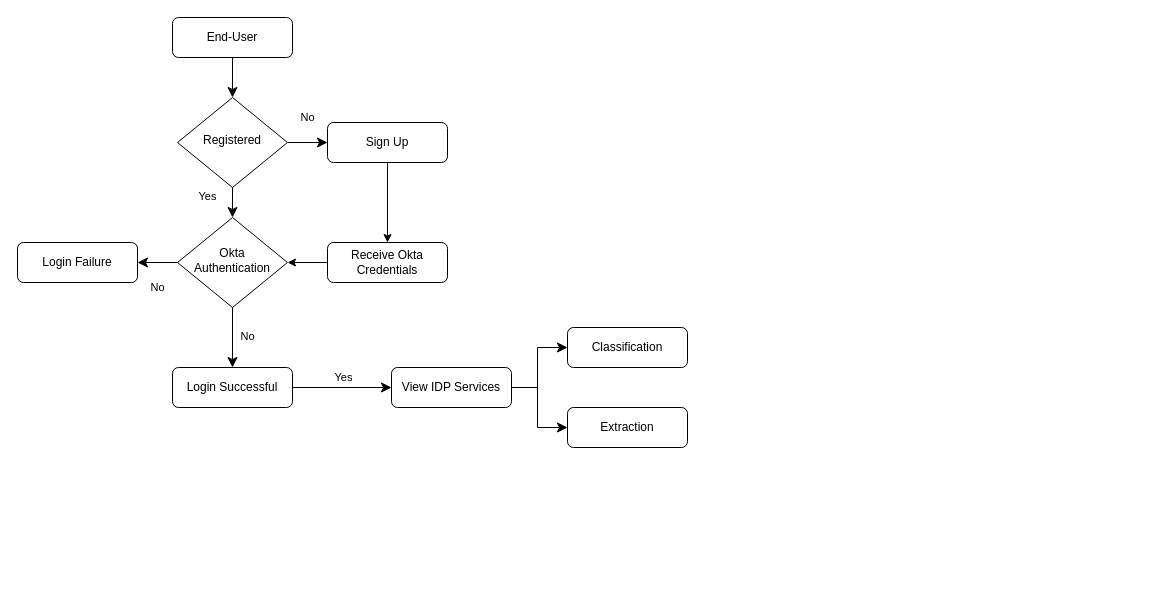
sidthedesigner/Draw.io keeps this draw.io diagram as Untitled Diagram.drawio. Above is the earlier version. Source tidied: cells renumbered, new cells numbered last; positions are measured from the earlier drawing's top-left corner, leaving out a move shared by most shapes. Both pictures are drawn from the tidied source at 100%, with x=0, y=0 at pixel (17, 17). Pictures stored in the file or linked from it are replaced by grey dashed boxes.
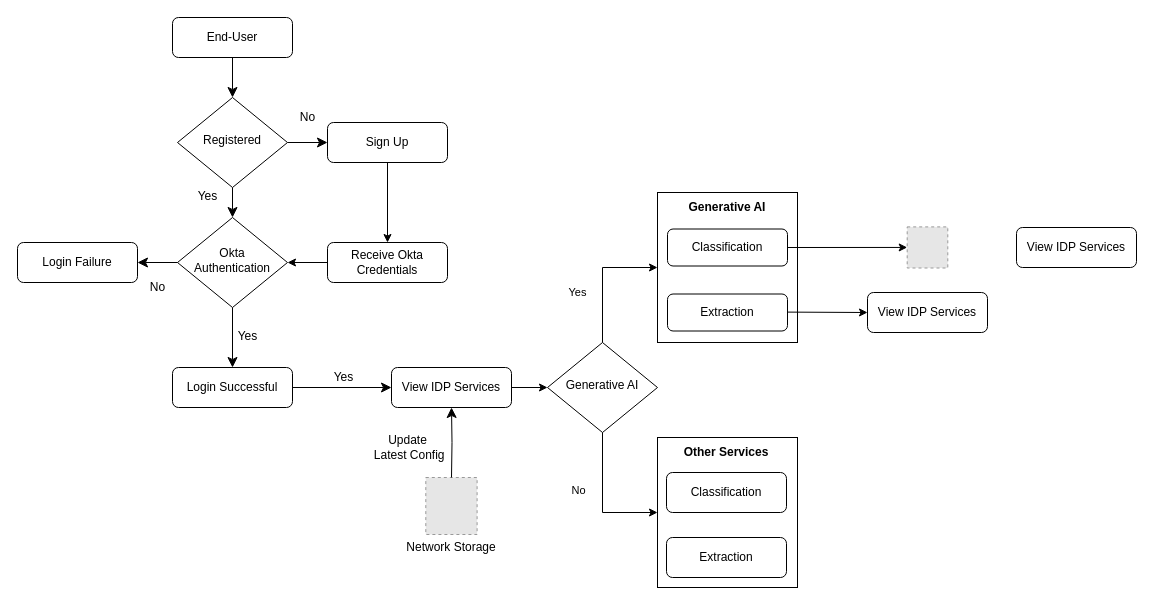
The same diagram, later.

The change refers to these unchanged cells:
```xml
<mxCell id="3" value="End-User" style="rounded=1;whiteSpace=wrap;html=1;fontSize=12;glass=0;strokeWidth=1;shadow=0;" parent="1" vertex="1">
  <mxGeometry x="155" width="120" height="40" as="geometry" />
</mxCell>
<mxCell id="6" value="Registered" style="rhombus;whiteSpace=wrap;html=1;shadow=0;fontFamily=Helvetica;fontSize=12;align=center;strokeWidth=1;spacing=6;spacingTop=-4;" parent="1" vertex="1">
  <mxGeometry x="160" y="80" width="110" height="90" as="geometry" />
</mxCell>
<mxCell id="7" value="Sign Up" style="rounded=1;whiteSpace=wrap;html=1;fontSize=12;glass=0;strokeWidth=1;shadow=0;" parent="1" vertex="1">
  <mxGeometry x="310" y="105" width="120" height="40" as="geometry" />
</mxCell>
<mxCell id="10" value="Login Successful" style="rounded=1;whiteSpace=wrap;html=1;fontSize=12;glass=0;strokeWidth=1;shadow=0;" parent="1" vertex="1">
  <mxGeometry x="155" y="350" width="120" height="40" as="geometry" />
</mxCell>
<mxCell id="14" value="Login&amp;nbsp;Failure" style="rounded=1;whiteSpace=wrap;html=1;fontSize=12;glass=0;strokeWidth=1;shadow=0;" parent="1" vertex="1">
  <mxGeometry y="225" width="120" height="40" as="geometry" />
</mxCell>
<mxCell id="16" value="View IDP Services" style="rounded=1;whiteSpace=wrap;html=1;fontSize=12;glass=0;strokeWidth=1;shadow=0;" parent="1" vertex="1">
  <mxGeometry x="374" y="350" width="120" height="40" as="geometry" />
</mxCell>
```

Diff of the diagram source:
```diff
@@
-    <mxCell id="2" style="rounded=0;html=1;jettySize=auto;fontSize=11;endArrow=classic;endFill=1;endSize=8;strokeWidth=1;shadow=0;labelBackgroundColor=none;edgeStyle=orthogonalEdgeStyle;" parent="1" edge="1" source="3" target="6">
+    <mxCell id="2" style="rounded=0;html=1;jettySize=auto;fontSize=12;endArrow=classic;endFill=1;endSize=8;strokeWidth=1;shadow=0;labelBackgroundColor=none;edgeStyle=orthogonalEdgeStyle;" parent="1" edge="1" source="3" target="6">
       <mxGeometry relative="1" as="geometry" />
     </mxCell>
@@
-    <mxCell id="4" value="Yes" style="rounded=0;html=1;jettySize=auto;fontSize=11;endArrow=classic;endFill=1;endSize=8;strokeWidth=1;shadow=0;labelBackgroundColor=none;edgeStyle=orthogonalEdgeStyle;" parent="1" edge="1" source="6" target="9">
+    <mxCell id="4" value="Yes" style="rounded=0;html=1;jettySize=auto;fontSize=12;endArrow=classic;endFill=1;endSize=8;strokeWidth=1;shadow=0;labelBackgroundColor=none;edgeStyle=orthogonalEdgeStyle;" parent="1" edge="1" source="6" target="9">
       <mxGeometry x="0.2" y="-25" relative="1" as="geometry">
         <mxPoint y="-1" as="offset" />
       </mxGeometry>
     </mxCell>
-    <mxCell id="5" value="No" style="edgeStyle=orthogonalEdgeStyle;rounded=0;html=1;jettySize=auto;fontSize=11;endArrow=classic;endFill=1;endSize=8;strokeWidth=1;shadow=0;labelBackgroundColor=none;" parent="1" edge="1" source="6" target="7">
+    <mxCell id="5" value="No" style="edgeStyle=orthogonalEdgeStyle;rounded=0;html=1;jettySize=auto;fontSize=12;endArrow=classic;endFill=1;endSize=8;strokeWidth=1;shadow=0;labelBackgroundColor=none;" parent="1" edge="1" source="6" target="7">
       <mxGeometry y="25" relative="1" as="geometry" />
     </mxCell>
@@
-    <mxCell id="8" value="No" style="rounded=0;html=1;jettySize=auto;fontSize=11;endArrow=classic;endFill=1;endSize=8;strokeWidth=1;shadow=0;labelBackgroundColor=none;edgeStyle=orthogonalEdgeStyle;" parent="1" edge="1" source="9" target="10">
+    <mxCell id="8" value="Yes" style="rounded=0;html=1;jettySize=auto;fontSize=12;endArrow=classic;endFill=1;endSize=8;strokeWidth=1;shadow=0;labelBackgroundColor=none;edgeStyle=orthogonalEdgeStyle;" parent="1" edge="1" source="9" target="10">
       <mxGeometry y="15" relative="1" as="geometry">
         <mxPoint y="-1" as="offset" />
       </mxGeometry>
     </mxCell>
-    <mxCell id="9" value="Okta&lt;div&gt;Authentication&lt;/div&gt;" style="rhombus;whiteSpace=wrap;html=1;shadow=0;fontFamily=Helvetica;fontSize=12;align=center;strokeWidth=1;spacing=6;spacingTop=-4;" parent="1" vertex="1">
+    <mxCell id="9" value="Okta&lt;div style=&quot;font-size: 12px;&quot;&gt;Authentication&lt;/div&gt;" style="rhombus;whiteSpace=wrap;html=1;shadow=0;fontFamily=Helvetica;fontSize=12;align=center;strokeWidth=1;spacing=6;spacingTop=-4;" parent="1" vertex="1">
       <mxGeometry x="160" y="200" width="110" height="90" as="geometry" />
     </mxCell>
@@
-    <mxCell id="11" value="Receive Okta&lt;br&gt;&lt;div&gt;Credentials&lt;/div&gt;" style="rounded=1;whiteSpace=wrap;html=1;fontSize=12;glass=0;strokeWidth=1;shadow=0;" parent="1" vertex="1">
+    <mxCell id="11" value="Receive Okta&lt;br style=&quot;font-size: 12px;&quot;&gt;&lt;div style=&quot;font-size: 12px;&quot;&gt;Credentials&lt;/div&gt;" style="rounded=1;whiteSpace=wrap;html=1;fontSize=12;glass=0;strokeWidth=1;shadow=0;" parent="1" vertex="1">
       <mxGeometry x="310" y="225" width="120" height="40" as="geometry" />
     </mxCell>
-    <mxCell id="12" style="endArrow=classic;html=1;rounded=0;exitX=0.5;exitY=1;exitDx=0;exitDy=0;entryX=0.5;entryY=0;entryDx=0;entryDy=0;endFill=1;" parent="1" edge="1" source="7" target="11">
+    <mxCell id="12" style="endArrow=classic;html=1;rounded=0;exitX=0.5;exitY=1;exitDx=0;exitDy=0;entryX=0.5;entryY=0;entryDx=0;entryDy=0;endFill=1;fontSize=12;" parent="1" edge="1" source="7" target="11">
       <mxGeometry relative="1" as="geometry" />
     </mxCell>
-    <mxCell id="13" style="endArrow=classic;html=1;rounded=0;exitX=0;exitY=0.5;exitDx=0;exitDy=0;entryX=1;entryY=0.5;entryDx=0;entryDy=0;endFill=1;" parent="1" edge="1" source="11" target="9">
+    <mxCell id="13" style="endArrow=classic;html=1;rounded=0;exitX=0;exitY=0.5;exitDx=0;exitDy=0;entryX=1;entryY=0.5;entryDx=0;entryDy=0;endFill=1;fontSize=12;" parent="1" edge="1" source="11" target="9">
       <mxGeometry relative="1" as="geometry" />
     </mxCell>
@@
-    <mxCell id="15" value="No" style="rounded=0;html=1;jettySize=auto;fontSize=11;endArrow=classic;endFill=1;endSize=8;strokeWidth=1;shadow=0;labelBackgroundColor=none;edgeStyle=orthogonalEdgeStyle;exitX=0;exitY=0.5;exitDx=0;exitDy=0;entryX=1;entryY=0.5;entryDx=0;entryDy=0;" parent="1" edge="1" source="9" target="14">
+    <mxCell id="15" value="No" style="rounded=0;html=1;jettySize=auto;fontSize=12;endArrow=classic;endFill=1;endSize=8;strokeWidth=1;shadow=0;labelBackgroundColor=none;edgeStyle=orthogonalEdgeStyle;exitX=0;exitY=0.5;exitDx=0;exitDy=0;entryX=1;entryY=0.5;entryDx=0;entryDy=0;" parent="1" edge="1" source="9" target="14">
       <mxGeometry y="25" relative="1" as="geometry" />
     </mxCell>
@@
-    <mxCell id="17" value="Yes" style="rounded=0;html=1;jettySize=auto;fontSize=11;endArrow=classic;endFill=1;endSize=8;strokeWidth=1;shadow=0;labelBackgroundColor=none;edgeStyle=orthogonalEdgeStyle;entryX=0;entryY=0.5;entryDx=0;entryDy=0;exitX=1;exitY=0.5;exitDx=0;exitDy=0;" parent="1" edge="1" source="10" target="16">
+    <mxCell id="17" value="Yes" style="rounded=0;html=1;jettySize=auto;fontSize=12;endArrow=classic;endFill=1;endSize=8;strokeWidth=1;shadow=0;labelBackgroundColor=none;edgeStyle=orthogonalEdgeStyle;entryX=0;entryY=0.5;entryDx=0;entryDy=0;exitX=1;exitY=0.5;exitDx=0;exitDy=0;" parent="1" edge="1" source="10" target="16">
       <mxGeometry x="0.03" y="10" relative="1" as="geometry" />
     </mxCell>
     <mxCell id="18" value="Classification" style="rounded=1;whiteSpace=wrap;html=1;fontSize=12;glass=0;strokeWidth=1;shadow=0;" parent="1" vertex="1">
-      <mxGeometry x="550" y="310" width="120" height="40" as="geometry" />
+      <mxGeometry x="650" y="211.5" width="120" height="37" as="geometry" />
     </mxCell>
     <mxCell id="19" value="Extraction" style="rounded=1;whiteSpace=wrap;html=1;fontSize=12;glass=0;strokeWidth=1;shadow=0;" parent="1" vertex="1">
-      <mxGeometry x="550" y="390" width="120" height="40" as="geometry" />
+      <mxGeometry x="650" y="276.5" width="120" height="37" as="geometry" />
     </mxCell>
-    <mxCell id="20" style="rounded=0;html=1;jettySize=auto;fontSize=11;endArrow=classic;endFill=1;endSize=8;strokeWidth=1;shadow=0;labelBackgroundColor=none;edgeStyle=orthogonalEdgeStyle;entryX=0;entryY=0.5;entryDx=0;entryDy=0;exitX=1;exitY=0.5;exitDx=0;exitDy=0;" parent="1" edge="1" source="16" target="19">
-      <mxGeometry x="0.03" y="10" relative="1" as="geometry">
-        <Array as="points">
-          <mxPoint x="520" y="370" />
-          <mxPoint x="520" y="410" />
-        </Array>
-      </mxGeometry>
-    </mxCell>
-    <mxCell id="21" style="rounded=0;html=1;jettySize=auto;fontSize=11;endArrow=classic;endFill=1;endSize=8;strokeWidth=1;shadow=0;labelBackgroundColor=none;edgeStyle=orthogonalEdgeStyle;entryX=0;entryY=0.5;entryDx=0;entryDy=0;exitX=1;exitY=0.5;exitDx=0;exitDy=0;" parent="1" edge="1" source="16" target="18">
-      <mxGeometry x="0.03" y="10" relative="1" as="geometry">
-        <Array as="points">
-          <mxPoint x="520" y="370" />
-          <mxPoint x="520" y="330" />
-        </Array>
-      </mxGeometry>
-    </mxCell>
+    <mxCell id="22" style="fillColor=#E6E6E6;strokeColor=#999999;dashed=1;verticalLabelPosition=bottom;labelBackgroundColor=default;verticalAlign=top;fontSize=12;" parent="1" vertex="1">
+      <mxGeometry x="408.3" y="460" width="51.3" height="57" as="geometry" />
+    </mxCell>
+    <mxCell id="23" value="&lt;font style=&quot;font-size: 12px;&quot;&gt;Update&lt;/font&gt;&lt;div style=&quot;font-size: 12px;&quot;&gt;&lt;font style=&quot;font-size: 12px;&quot;&gt;&amp;nbsp;Latest&amp;nbsp;&lt;/font&gt;&lt;span style=&quot;background-color: initial; font-size: 12px;&quot;&gt;Config&lt;/span&gt;&lt;/div&gt;" style="rounded=0;html=1;jettySize=auto;fontSize=12;endArrow=classic;endFill=1;endSize=8;strokeWidth=1;shadow=0;labelBackgroundColor=none;edgeStyle=orthogonalEdgeStyle;entryX=0.5;entryY=1;entryDx=0;entryDy=0;" parent="1" edge="1" target="16">
+      <mxGeometry x="0.01" y="44" relative="1" as="geometry">
+        <mxPoint x="434" y="460" as="sourcePoint" />
+        <mxPoint y="5" as="offset" />
+      </mxGeometry>
+    </mxCell>
+    <mxCell id="24" value="Network Storage" style="text;html=1;align=center;verticalAlign=middle;whiteSpace=wrap;rounded=0;fontSize=12;" parent="1" vertex="1">
+      <mxGeometry x="386" y="515" width="96" height="30" as="geometry" />
+    </mxCell>
+    <mxCell id="25" value="&lt;b&gt;Generative AI&lt;/b&gt;" style="text;html=1;align=center;verticalAlign=middle;whiteSpace=wrap;rounded=0;" parent="1" vertex="1">
+      <mxGeometry x="665" y="176.5" width="90" height="27" as="geometry" />
+    </mxCell>
+    <mxCell id="26" value="Classification" style="rounded=1;whiteSpace=wrap;html=1;fontSize=12;glass=0;strokeWidth=1;shadow=0;" parent="1" vertex="1">
+      <mxGeometry x="649" y="455" width="120" height="40" as="geometry" />
+    </mxCell>
+    <mxCell id="27" value="Extraction" style="rounded=1;whiteSpace=wrap;html=1;fontSize=12;glass=0;strokeWidth=1;shadow=0;" parent="1" vertex="1">
+      <mxGeometry x="649" y="520" width="120" height="40" as="geometry" />
+    </mxCell>
+    <mxCell id="28" value="&lt;b&gt;Other Services&lt;/b&gt;" style="text;html=1;align=center;verticalAlign=middle;whiteSpace=wrap;rounded=0;" parent="1" vertex="1">
+      <mxGeometry x="664" y="420" width="90" height="30" as="geometry" />
+    </mxCell>
+    <mxCell id="29" value="&lt;div&gt;Generative AI&lt;/div&gt;" style="rhombus;whiteSpace=wrap;html=1;shadow=0;fontFamily=Helvetica;fontSize=12;align=center;strokeWidth=1;spacing=6;spacingTop=-4;" parent="1" vertex="1">
+      <mxGeometry x="530" y="325" width="110" height="90" as="geometry" />
+    </mxCell>
+    <mxCell id="30" style="endArrow=classic;html=1;rounded=0;exitX=1;exitY=0.5;exitDx=0;exitDy=0;entryX=0;entryY=0.5;entryDx=0;entryDy=0;" parent="1" edge="1" source="16" target="29">
+      <mxGeometry relative="1" as="geometry" />
+    </mxCell>
+    <mxCell id="31" value="Yes" style="endArrow=classic;html=1;rounded=0;exitX=0.5;exitY=0;exitDx=0;exitDy=0;endSize=6;jumpSize=6;" parent="1" edge="1" source="29">
+      <mxGeometry x="-0.23" y="25" relative="1" as="geometry">
+        <mxPoint x="640" y="250" as="targetPoint" />
+        <Array as="points">
+          <mxPoint x="585" y="250" />
+        </Array>
+      </mxGeometry>
+    </mxCell>
+    <mxCell id="32" style="endArrow=classic;html=1;rounded=0;exitX=0.5;exitY=1;exitDx=0;exitDy=0;entryX=0;entryY=0.5;entryDx=0;entryDy=0;" parent="1" edge="1" source="29" target="34">
+      <mxGeometry relative="1" as="geometry">
+        <Array as="points">
+          <mxPoint x="585" y="495" />
+        </Array>
+      </mxGeometry>
+    </mxCell>
+    <mxCell id="33" value="No" style="edgeLabel;html=1;align=center;verticalAlign=middle;" parent="32" vertex="1">
+      <mxGeometry x="-0.09" y="-2" relative="1" as="geometry">
+        <mxPoint x="-23" y="-4" as="offset" />
+      </mxGeometry>
+    </mxCell>
+    <mxCell id="34" style="rounded=0;whiteSpace=wrap;html=1;fillColor=none;" parent="1" vertex="1">
+      <mxGeometry x="640" y="420" width="140" height="150" as="geometry" />
+    </mxCell>
+    <mxCell id="35" style="endArrow=classic;html=1;rounded=0;exitX=1;exitY=0.5;exitDx=0;exitDy=0;entryX=0;entryY=0.5;entryDx=0;entryDy=0;" parent="1" edge="1" source="18" target="39">
+      <mxGeometry relative="1" as="geometry" />
+    </mxCell>
+    <mxCell id="36" style="endArrow=classic;html=1;rounded=0;exitX=1;exitY=0.5;exitDx=0;exitDy=0;" parent="1" edge="1">
+      <mxGeometry relative="1" as="geometry">
+        <mxPoint x="770" y="294.6" as="sourcePoint" />
+        <mxPoint x="850" y="295" as="targetPoint" />
+      </mxGeometry>
+    </mxCell>
+    <mxCell id="37" style="rounded=0;whiteSpace=wrap;html=1;fillColor=none;" parent="1" vertex="1">
+      <mxGeometry x="640" y="175" width="140" height="150" as="geometry" />
+    </mxCell>
+    <mxCell id="38" value="View IDP Services" style="rounded=1;whiteSpace=wrap;html=1;fontSize=12;glass=0;strokeWidth=1;shadow=0;" parent="1" vertex="1">
+      <mxGeometry x="850" y="275" width="120" height="40" as="geometry" />
+    </mxCell>
+    <mxCell id="39" style="fillColor=#E6E6E6;strokeColor=#999999;dashed=1;verticalLabelPosition=bottom;labelBackgroundColor=default;verticalAlign=top;" parent="1" vertex="1">
+      <mxGeometry x="889.7" y="209.4" width="40.6" height="41.1" as="geometry" />
+    </mxCell>
+    <mxCell id="40" value="View IDP Services" style="rounded=1;whiteSpace=wrap;html=1;fontSize=12;glass=0;strokeWidth=1;shadow=0;" parent="1" vertex="1">
+      <mxGeometry x="999" y="210" width="120" height="40" as="geometry" />
+    </mxCell>
```
